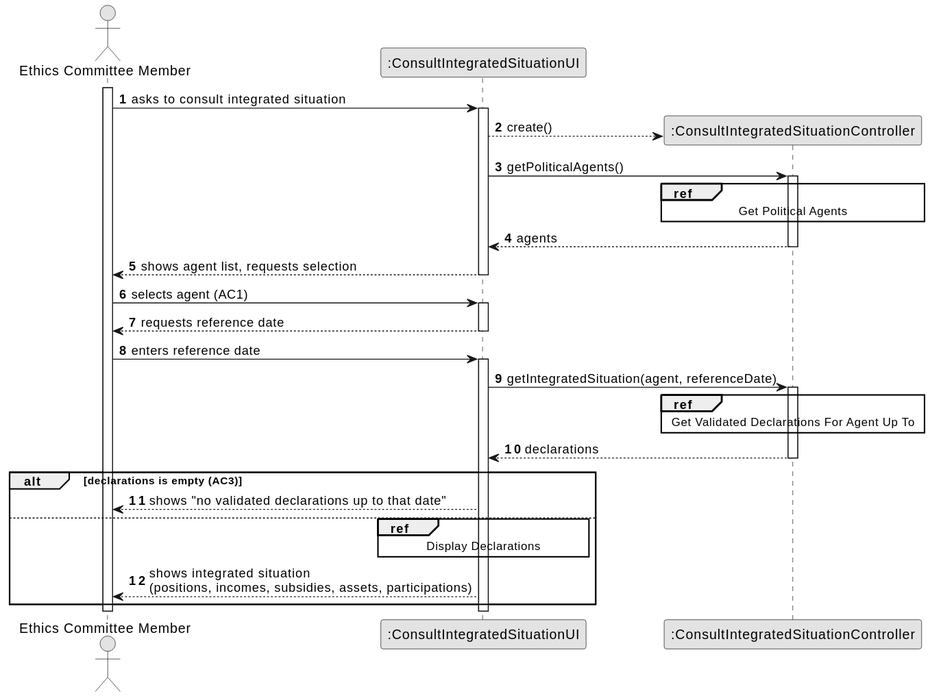
Earlier version of the PlantUML export docs/system-documentation/US09/03.design/svg/US09-SD-split.svg (brunodspinto/crystal-clear-platform).
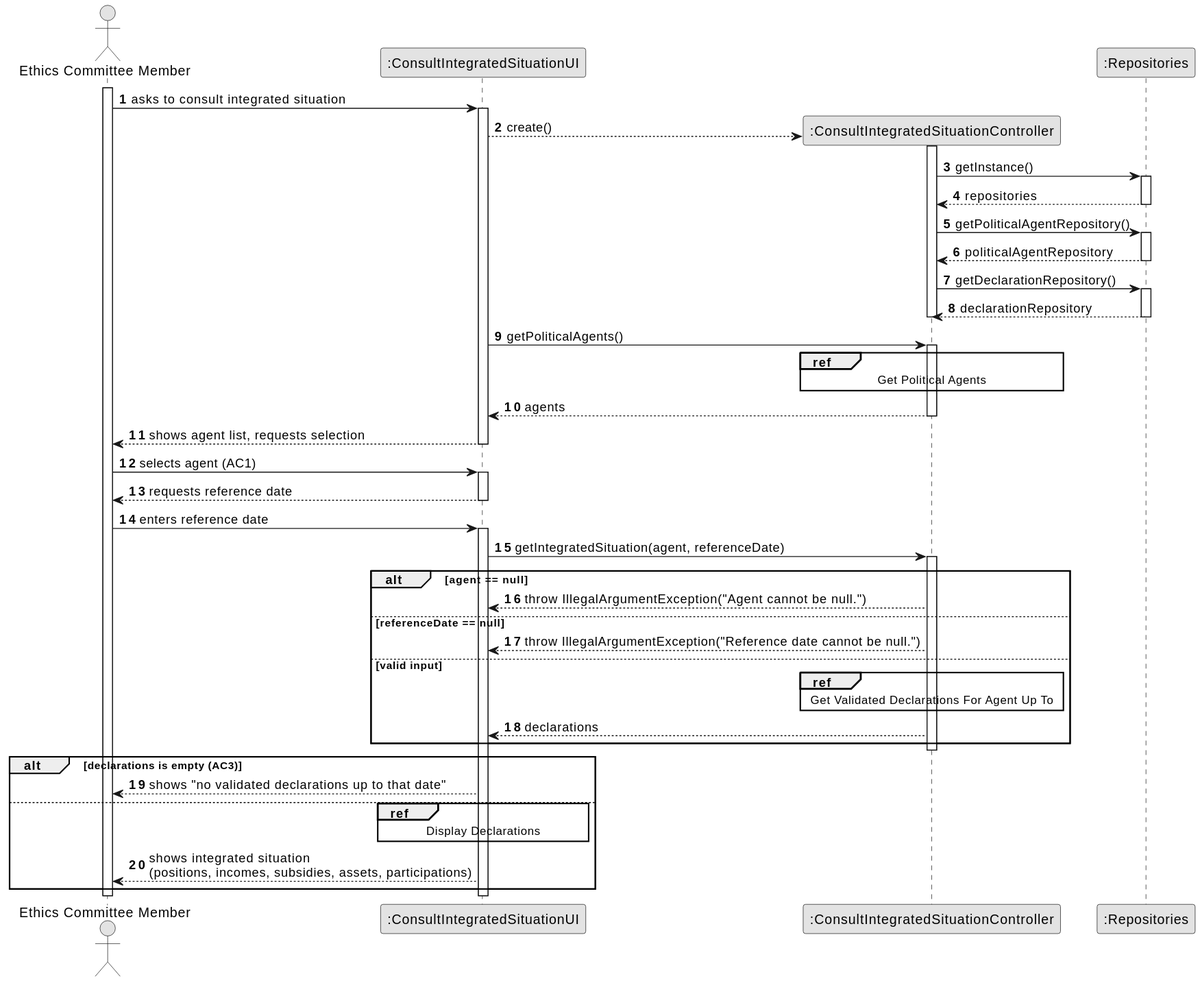
The same file after the commit.

Change to the diagram source:
```diff
@@ -8,6 +8,7 @@
 actor "Ethics Committee Member" as ECM
 participant ":ConsultIntegratedSituationUI" as UI
 participant ":ConsultIntegratedSituationController" as CTRL
+participant ":Repositories" as REPOS
 
 activate ECM
 
@@ -15,6 +16,23 @@
     activate UI
 
         UI --> CTRL** : create()
+        activate CTRL
+            CTRL -> REPOS : getInstance()
+            activate REPOS
+                REPOS --> CTRL : repositories
+            deactivate REPOS
+
+            CTRL -> REPOS : getPoliticalAgentRepository()
+            activate REPOS
+                REPOS --> CTRL : politicalAgentRepository
+            deactivate REPOS
+
+            CTRL -> REPOS : getDeclarationRepository()
+            activate REPOS
+                REPOS --> CTRL : declarationRepository
+            deactivate REPOS
+        deactivate CTRL
+
         UI -> CTRL : getPoliticalAgents()
         ref over CTRL
             Get Political Agents
@@ -38,11 +56,17 @@
         UI -> CTRL : getIntegratedSituation(agent, referenceDate)
         activate CTRL
 
-            ref over CTRL
-                Get Validated Declarations For Agent Up To
-            end ref
+            alt agent == null
+                CTRL --> UI : throw IllegalArgumentException("Agent cannot be null.")
+            else referenceDate == null
+                CTRL --> UI : throw IllegalArgumentException("Reference date cannot be null.")
+            else valid input
+                ref over CTRL
+                    Get Validated Declarations For Agent Up To
+                end ref
 
-            CTRL --> UI : declarations
+                CTRL --> UI : declarations
+            end
         deactivate CTRL
 
         alt declarations is empty (AC3)
```
